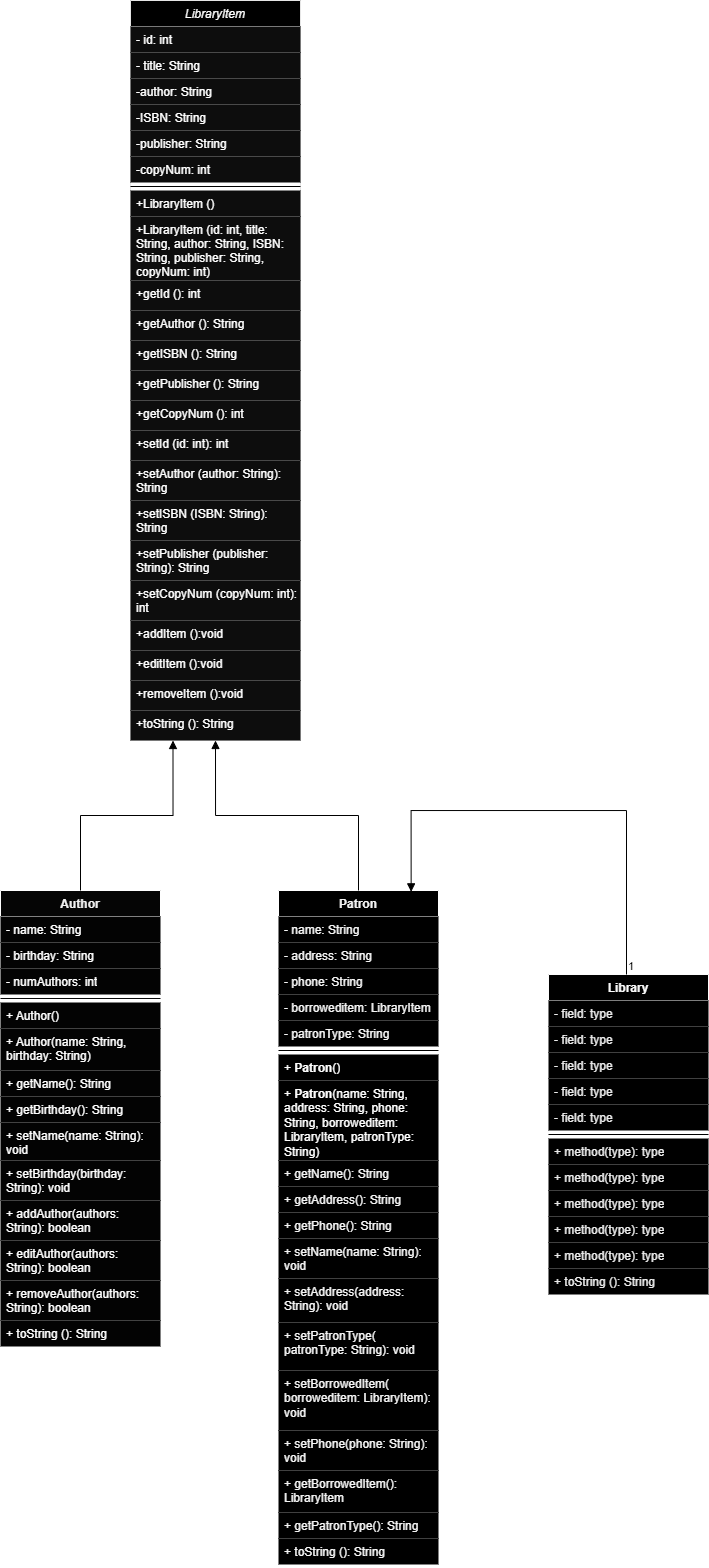
JoshuaYouden/Java-Midterm-JY keeps this draw.io diagram as Java midterm class diagram.png. Above is the earlier version. Source tidied: cells renumbered, new cells last; positions are measured from the earlier drawing's top-left corner, leaving out a move shared by most shapes.
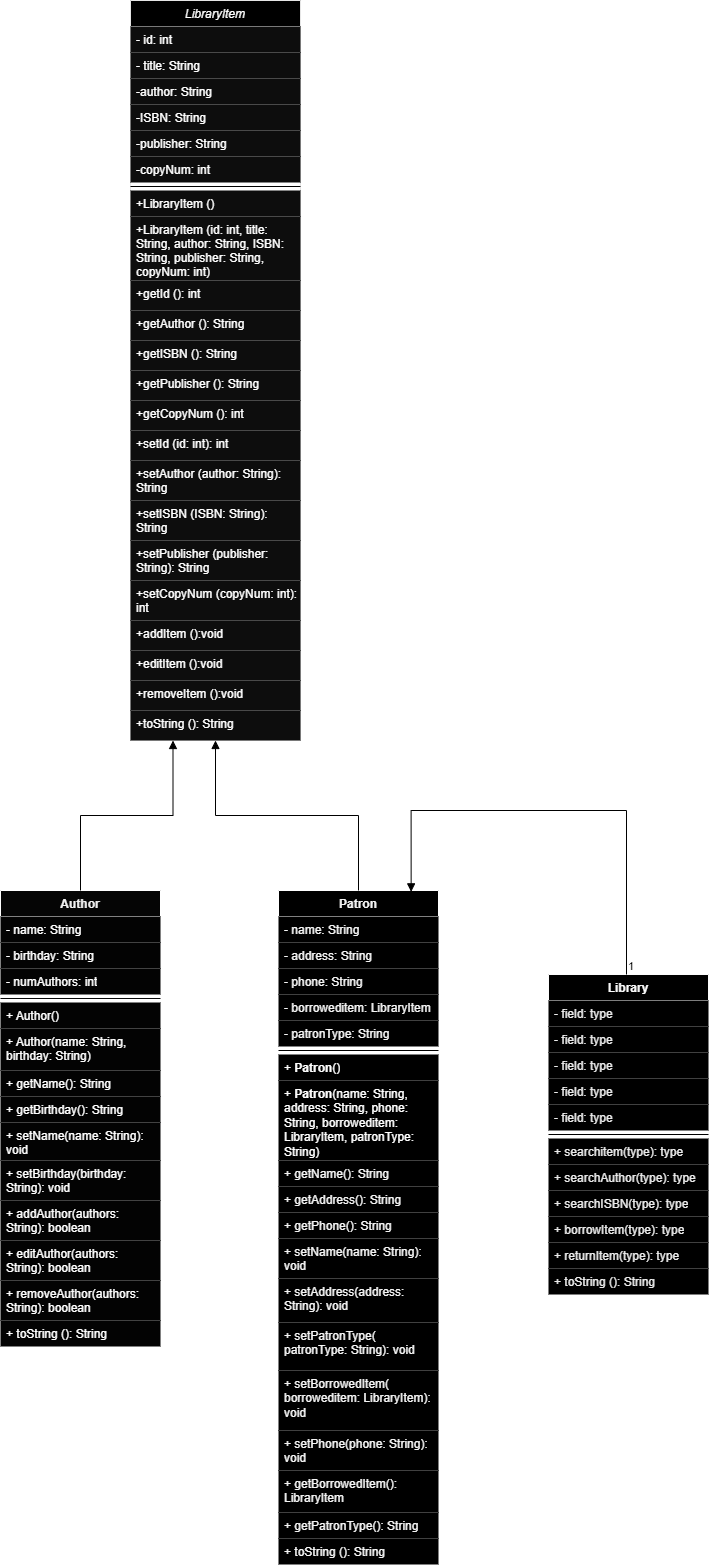
The same file after the commit.

Commit message:
Updated class diagram again

Change to the diagram source:
```diff
@@ -95,19 +95,19 @@
     <mxCell id="32" style="line;strokeWidth=1;fillColor=none;align=left;verticalAlign=middle;spacingTop=-1;spacingLeft=3;spacingRight=3;labelPosition=right;strokeColor=default;" parent="26" vertex="1">
       <mxGeometry y="156" width="160" height="8" as="geometry" />
     </mxCell>
-    <mxCell id="33" value="+ method(type): type" style="text;strokeColor=none;fillColor=#000000;align=left;verticalAlign=top;spacingLeft=4;spacingRight=4;overflow=hidden;whiteSpace=wrap;html=1;fontColor=#EBEBEB;" parent="26" vertex="1">
+    <mxCell id="33" value="+ searchitem(type): type" style="text;strokeColor=none;fillColor=#000000;align=left;verticalAlign=top;spacingLeft=4;spacingRight=4;overflow=hidden;whiteSpace=wrap;html=1;fontColor=#EBEBEB;" parent="26" vertex="1">
       <mxGeometry y="164" width="160" height="26" as="geometry" />
     </mxCell>
-    <mxCell id="34" value="+ method(type): type" style="text;strokeColor=none;fillColor=#000000;align=left;verticalAlign=top;spacingLeft=4;spacingRight=4;overflow=hidden;whiteSpace=wrap;html=1;fontColor=#EBEBEB;" parent="26" vertex="1">
+    <mxCell id="34" value="+ searchAuthor(type): type" style="text;strokeColor=none;fillColor=#000000;align=left;verticalAlign=top;spacingLeft=4;spacingRight=4;overflow=hidden;whiteSpace=wrap;html=1;fontColor=#EBEBEB;" parent="26" vertex="1">
       <mxGeometry y="190" width="160" height="26" as="geometry" />
     </mxCell>
-    <mxCell id="35" value="+ method(type): type" style="text;strokeColor=none;fillColor=#000000;align=left;verticalAlign=top;spacingLeft=4;spacingRight=4;overflow=hidden;whiteSpace=wrap;html=1;fontColor=#EBEBEB;" parent="26" vertex="1">
+    <mxCell id="35" value="+ searchISBN(type): type" style="text;strokeColor=none;fillColor=#000000;align=left;verticalAlign=top;spacingLeft=4;spacingRight=4;overflow=hidden;whiteSpace=wrap;html=1;fontColor=#EBEBEB;" parent="26" vertex="1">
       <mxGeometry y="216" width="160" height="26" as="geometry" />
     </mxCell>
-    <mxCell id="36" value="+ method(type): type" style="text;strokeColor=none;fillColor=#000000;align=left;verticalAlign=top;spacingLeft=4;spacingRight=4;overflow=hidden;whiteSpace=wrap;html=1;fontColor=#EBEBEB;" parent="26" vertex="1">
+    <mxCell id="36" value="+ borrowItem(type): type" style="text;strokeColor=none;fillColor=#000000;align=left;verticalAlign=top;spacingLeft=4;spacingRight=4;overflow=hidden;whiteSpace=wrap;html=1;fontColor=#EBEBEB;" parent="26" vertex="1">
       <mxGeometry y="242" width="160" height="26" as="geometry" />
     </mxCell>
-    <mxCell id="37" value="+ method(type): type" style="text;strokeColor=none;fillColor=#000000;align=left;verticalAlign=top;spacingLeft=4;spacingRight=4;overflow=hidden;whiteSpace=wrap;html=1;fontColor=#EBEBEB;" parent="26" vertex="1">
+    <mxCell id="37" value="+ returnItem(type): type" style="text;strokeColor=none;fillColor=#000000;align=left;verticalAlign=top;spacingLeft=4;spacingRight=4;overflow=hidden;whiteSpace=wrap;html=1;fontColor=#EBEBEB;" parent="26" vertex="1">
       <mxGeometry y="268" width="160" height="26" as="geometry" />
     </mxCell>
     <mxCell id="38" value="&lt;span style=&quot;text-wrap: nowrap;&quot;&gt;+ toString (): String&lt;/span&gt;" style="text;strokeColor=none;fillColor=#000000;align=left;verticalAlign=top;spacingLeft=4;spacingRight=4;overflow=hidden;whiteSpace=wrap;html=1;fontColor=#EBEBEB;" parent="26" vertex="1">
```
